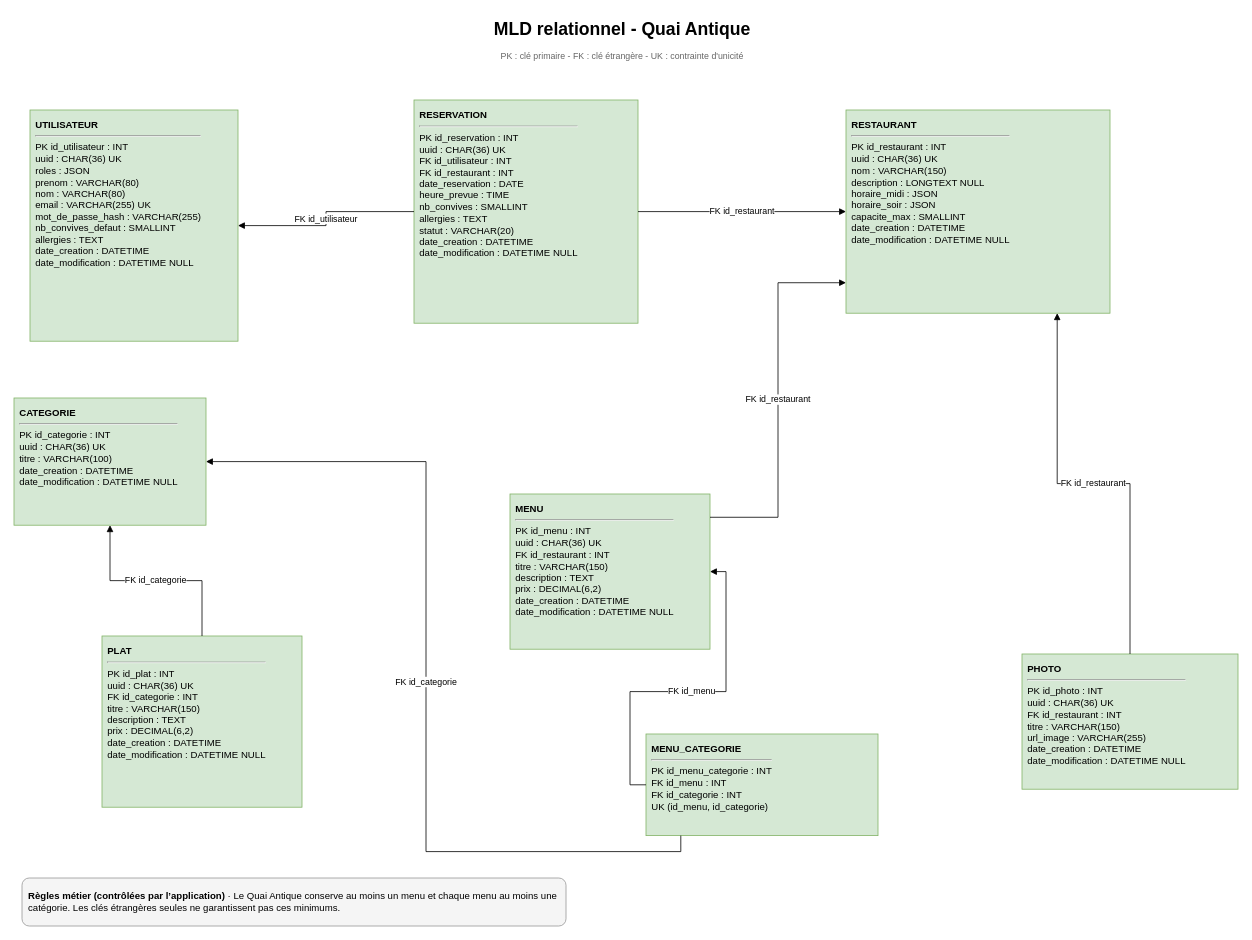
This is page "02 - MLD Relationnel" (4 of 5) of docs/database/modelisation-quai-antique.drawio from elscribe/quai-antique, a draw.io file, before an edit. Source tidied: cells renumbered, new cells numbered last; positions are measured from the earlier drawing's top-left corner, leaving out a move shared by most shapes. Both pictures are drawn from the tidied source at 80%, with x=0, y=0 at pixel (14, 14).
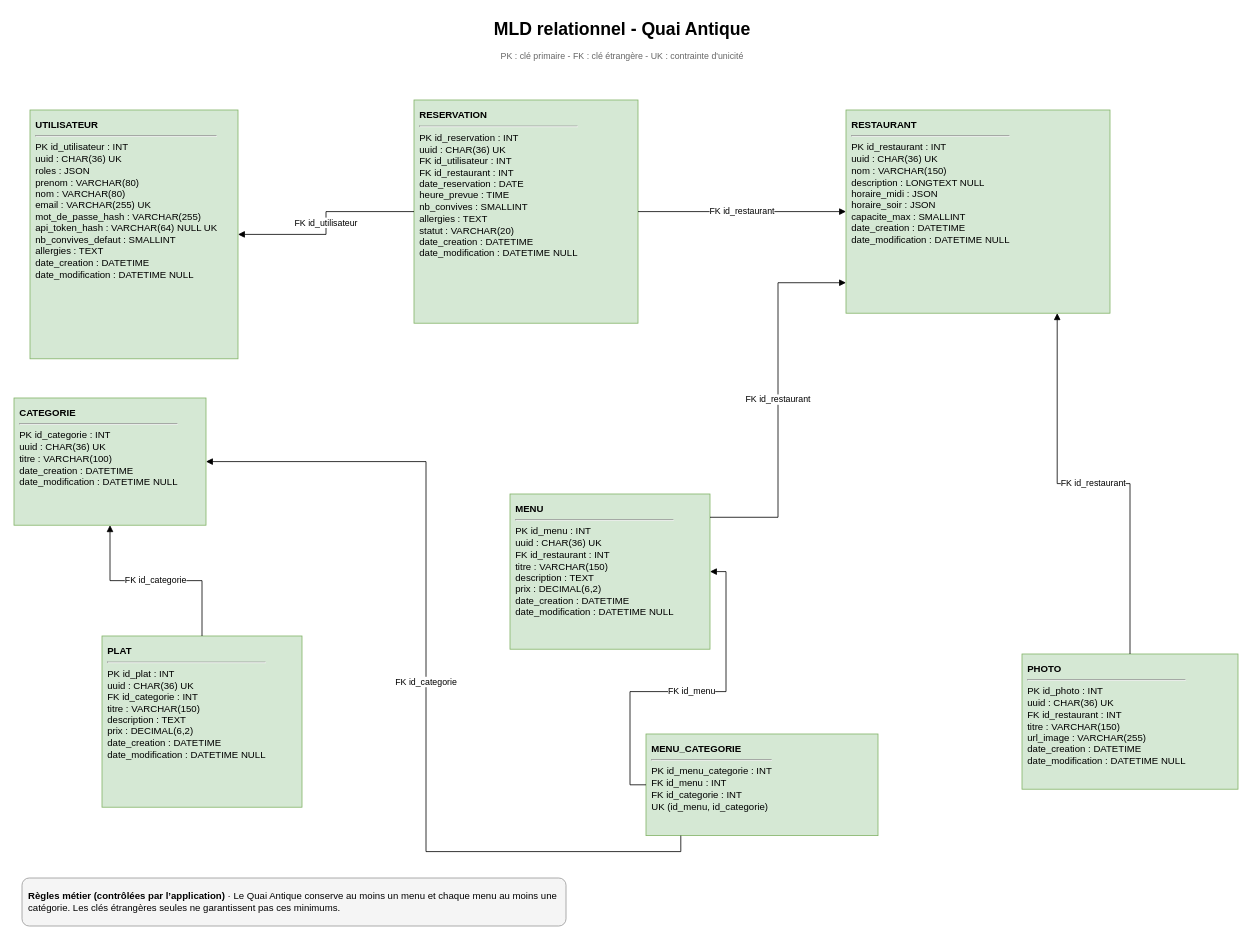
After the change.

The edit, as a diff of the source:
```diff
@@
 <mxGraphModel>
   <root>
     <mxCell id="0" />
     <mxCell id="1" parent="0" />
     <mxCell id="2" value="&lt;b&gt;MLD relationnel - Quai Antique&lt;/b&gt;" style="text;html=1;align=center;verticalAlign=middle;fontSize=22;fontStyle=1;" parent="1" vertex="1">
       <mxGeometry x="480" width="560" height="40" as="geometry" />
     </mxCell>
     <mxCell id="3" value="PK : clé primaire - FK : clé étrangère - UK : contrainte d'unicité" style="text;html=1;align=center;verticalAlign=middle;fontSize=11;fontColor=#666666;" parent="1" vertex="1">
       <mxGeometry x="470" y="40" width="580" height="25" as="geometry" />
     </mxCell>
-    <mxCell id="4" value="&lt;b&gt;UTILISATEUR&lt;/b&gt;&lt;hr/&gt;PK id_utilisateur : INT&lt;br/&gt;uuid : CHAR(36) UK&lt;br/&gt;roles : JSON&lt;br/&gt;prenom : VARCHAR(80)&lt;br/&gt;nom : VARCHAR(80)&lt;br/&gt;email : VARCHAR(255) UK&lt;br/&gt;mot_de_passe_hash : VARCHAR(255)&lt;br/&gt;nb_convives_defaut : SMALLINT&lt;br/&gt;allergies : TEXT&lt;br/&gt;date_creation : DATETIME&lt;br/&gt;date_modification : DATETIME NULL" style="rounded=0;whiteSpace=wrap;html=1;fillColor=#d5e8d4;strokeColor=#82b366;align=left;verticalAlign=top;spacing=7;" parent="1" vertex="1">
-      <mxGeometry x="20" y="120" width="260" height="289" as="geometry" />
+    <mxCell id="4" value="&lt;b&gt;UTILISATEUR&lt;/b&gt;&lt;hr/&gt;PK id_utilisateur : INT&lt;br/&gt;uuid : CHAR(36) UK&lt;br/&gt;roles : JSON&lt;br/&gt;prenom : VARCHAR(80)&lt;br/&gt;nom : VARCHAR(80)&lt;br/&gt;email : VARCHAR(255) UK&lt;br/&gt;mot_de_passe_hash : VARCHAR(255)&lt;br/&gt;api_token_hash : VARCHAR(64) NULL UK&lt;br/&gt;nb_convives_defaut : SMALLINT&lt;br/&gt;allergies : TEXT&lt;br/&gt;date_creation : DATETIME&lt;br/&gt;date_modification : DATETIME NULL" style="rounded=0;whiteSpace=wrap;html=1;fillColor=#d5e8d4;strokeColor=#82b366;align=left;verticalAlign=top;spacing=7;" parent="1" vertex="1">
+      <mxGeometry x="20" y="120" width="260" height="311" as="geometry" />
     </mxCell>
     <mxCell id="5" value="&lt;b&gt;RESERVATION&lt;/b&gt;&lt;hr/&gt;PK id_reservation : INT&lt;br/&gt;uuid : CHAR(36) UK&lt;br/&gt;FK id_utilisateur : INT&lt;br/&gt;FK id_restaurant : INT&lt;br/&gt;date_reservation : DATE&lt;br/&gt;heure_prevue : TIME&lt;br/&gt;nb_convives : SMALLINT&lt;br/&gt;allergies : TEXT&lt;br/&gt;statut : VARCHAR(20)&lt;br/&gt;date_creation : DATETIME&lt;br/&gt;date_modification : DATETIME NULL" style="rounded=0;whiteSpace=wrap;html=1;fillColor=#d5e8d4;strokeColor=#82b366;align=left;verticalAlign=top;spacing=7;" parent="1" vertex="1">
       <mxGeometry x="500" y="107.5" width="280" height="279" as="geometry" />
     </mxCell>
     <mxCell id="6" value="&lt;b&gt;CATEGORIE&lt;/b&gt;&lt;hr/&gt;PK id_categorie : INT&lt;br/&gt;uuid : CHAR(36) UK&lt;br/&gt;titre : VARCHAR(100)&lt;br/&gt;date_creation : DATETIME&lt;br/&gt;date_modification : DATETIME NULL" style="rounded=0;whiteSpace=wrap;html=1;fillColor=#d5e8d4;strokeColor=#82b366;align=left;verticalAlign=top;spacing=7;" parent="1" vertex="1">
       <mxGeometry y="480" width="240" height="159" as="geometry" />
     </mxCell>
     <mxCell id="7" value="&lt;b&gt;PLAT&lt;/b&gt;&lt;hr/&gt;PK id_plat : INT&lt;br/&gt;uuid : CHAR(36) UK&lt;br/&gt;FK id_categorie : INT&lt;br/&gt;titre : VARCHAR(150)&lt;br/&gt;description : TEXT&lt;br/&gt;prix : DECIMAL(6,2)&lt;br/&gt;date_creation : DATETIME&lt;br/&gt;date_modification : DATETIME NULL" style="rounded=0;whiteSpace=wrap;html=1;fillColor=#d5e8d4;strokeColor=#82b366;align=left;verticalAlign=top;spacing=7;" parent="1" vertex="1">
       <mxGeometry x="110" y="777.5" width="250" height="214" as="geometry" />
     </mxCell>
     <mxCell id="8" value="&lt;b&gt;MENU&lt;/b&gt;&lt;hr/&gt;PK id_menu : INT&lt;br/&gt;uuid : CHAR(36) UK&lt;br/&gt;FK id_restaurant : INT&lt;br/&gt;titre : VARCHAR(150)&lt;br/&gt;description : TEXT&lt;br/&gt;prix : DECIMAL(6,2)&lt;br/&gt;date_creation : DATETIME&lt;br/&gt;date_modification : DATETIME NULL" style="rounded=0;whiteSpace=wrap;html=1;fillColor=#d5e8d4;strokeColor=#82b366;align=left;verticalAlign=top;spacing=7;" parent="1" vertex="1">
       <mxGeometry x="620" y="600" width="250" height="194" as="geometry" />
     </mxCell>
     <mxCell id="9" value="&lt;b&gt;PHOTO&lt;/b&gt;&lt;hr/&gt;PK id_photo : INT&lt;br/&gt;uuid : CHAR(36) UK&lt;br/&gt;FK id_restaurant : INT&lt;br/&gt;titre : VARCHAR(150)&lt;br/&gt;url_image : VARCHAR(255)&lt;br/&gt;date_creation : DATETIME&lt;br/&gt;date_modification : DATETIME NULL" style="rounded=0;whiteSpace=wrap;html=1;fillColor=#d5e8d4;strokeColor=#82b366;align=left;verticalAlign=top;spacing=7;" parent="1" vertex="1">
       <mxGeometry x="1260" y="800" width="270" height="169" as="geometry" />
     </mxCell>
     <mxCell id="10" value="FK id_utilisateur" style="edgeStyle=orthogonalEdgeStyle;rounded=0;jettySize=auto;html=1;endArrow=block;endFill=1;fontSize=11;" parent="1" edge="1" source="5" target="4">
       <mxGeometry relative="1" as="geometry" />
     </mxCell>
     <mxCell id="11" value="FK id_restaurant" style="endArrow=block;endFill=1;html=1;fontSize=11;edgeStyle=none;exitX=1;exitY=0.5;entryX=0;entryY=0.5;" parent="1" edge="1" source="5" target="14">
       <mxGeometry relative="1" as="geometry" />
     </mxCell>
     <mxCell id="12" value="FK id_categorie" style="edgeStyle=orthogonalEdgeStyle;rounded=0;jettySize=auto;html=1;endArrow=block;endFill=1;fontSize=11;" parent="1" edge="1" source="7" target="6">
       <mxGeometry relative="1" as="geometry" />
     </mxCell>
     <mxCell id="13" value="&lt;b&gt;MENU_CATEGORIE&lt;/b&gt;&lt;hr/&gt;PK id_menu_categorie : INT&lt;br/&gt;FK id_menu : INT&lt;br/&gt;FK id_categorie : INT&lt;br/&gt;UK (id_menu, id_categorie)" style="rounded=0;whiteSpace=wrap;html=1;fillColor=#d5e8d4;strokeColor=#82b366;align=left;verticalAlign=top;spacing=7;" parent="1" vertex="1">
       <mxGeometry x="790" y="900" width="290" height="127" as="geometry" />
     </mxCell>
     <mxCell id="14" value="&lt;b&gt;RESTAURANT&lt;/b&gt;&lt;hr/&gt;PK id_restaurant : INT&lt;br/&gt;uuid : CHAR(36) UK&lt;br/&gt;nom : VARCHAR(150)&lt;br/&gt;description : LONGTEXT NULL&lt;br/&gt;horaire_midi : JSON&lt;br/&gt;horaire_soir : JSON&lt;br/&gt;capacite_max : SMALLINT&lt;br/&gt;date_creation : DATETIME&lt;br/&gt;date_modification : DATETIME NULL" style="rounded=0;whiteSpace=wrap;html=1;fillColor=#d5e8d4;strokeColor=#82b366;align=left;verticalAlign=top;spacing=7;" parent="1" vertex="1">
       <mxGeometry x="1040" y="120" width="330" height="254" as="geometry" />
     </mxCell>
     <mxCell id="15" value="FK id_restaurant" style="edgeStyle=orthogonalEdgeStyle;rounded=0;jettySize=auto;html=1;endArrow=block;endFill=1;exitX=0.5;exitY=0;entryX=0.8;entryY=1;" parent="1" edge="1" source="9" target="14">
       <mxGeometry relative="1" as="geometry" />
     </mxCell>
     <mxCell id="16" value="FK id_restaurant" style="edgeStyle=orthogonalEdgeStyle;rounded=0;jettySize=auto;html=1;endArrow=block;endFill=1;exitX=1;exitY=0.15;entryX=0;entryY=0.85;" parent="1" edge="1" source="8" target="14">
       <mxGeometry relative="1" as="geometry" />
     </mxCell>
     <mxCell id="17" value="FK id_menu" style="edgeStyle=orthogonalEdgeStyle;rounded=0;jettySize=auto;html=1;endArrow=block;endFill=1;exitX=0;exitY=0.5;entryX=1;entryY=0.5;" parent="1" edge="1" source="13" target="8">
       <mxGeometry relative="1" as="geometry" />
     </mxCell>
     <mxCell id="18" value="FK id_categorie" style="edgeStyle=orthogonalEdgeStyle;rounded=0;jettySize=auto;html=1;endArrow=block;endFill=1;exitX=0.15;exitY=1;entryX=1;entryY=0.5;" parent="1" edge="1" source="13" target="6">
       <mxGeometry relative="1" as="geometry" />
     </mxCell>
     <mxCell id="19" value="&lt;b&gt;Règles métier (contrôlées par l’application)&lt;/b&gt; · Le Quai Antique conserve au moins un menu et chaque menu au moins une catégorie. Les clés étrangères seules ne garantissent pas ces minimums." style="rounded=1;whiteSpace=wrap;html=1;fillColor=#f5f5f5;strokeColor=#999999;align=left;verticalAlign=middle;spacing=8;fontSize=12;" parent="1" vertex="1">
       <mxGeometry x="10" y="1080" width="680" height="60" as="geometry" />
     </mxCell>
   </root>
 </mxGraphModel>
```
